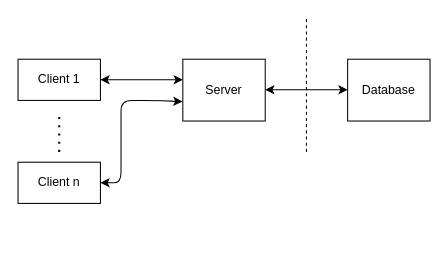
Before: Worlds-Whitepaper/distributed-db/img/tranditional.drawio in o7-machinehum/Worlds, a draw.io diagram. Source tidied: cells renumbered, new cells numbered last; positions are measured from the earlier drawing's top-left corner, leaving out a move shared by most shapes. Both pictures are drawn from the tidied source at 103%, with x=0, y=0 at pixel (18, 18).
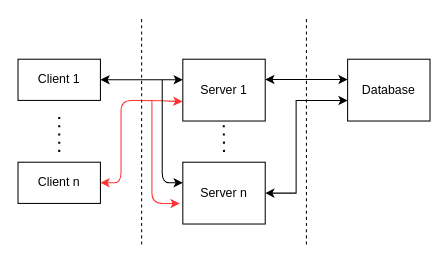
The same diagram, later.

The change refers to these unchanged cells:
```xml
<mxCell id="2" value="Client 1" style="rounded=0;whiteSpace=wrap;html=1;" parent="1" vertex="1">
  <mxGeometry y="40" width="80" height="40" as="geometry" />
</mxCell>
<mxCell id="7" value="Client n" style="rounded=0;whiteSpace=wrap;html=1;" parent="1" vertex="1">
  <mxGeometry y="140" width="80" height="40" as="geometry" />
</mxCell>
```

What changed in the source:
```diff
@@
-    <mxCell id="3" value="Server" style="rounded=0;whiteSpace=wrap;html=1;" parent="1" vertex="1">
+    <mxCell id="3" value="Server 1" style="rounded=0;whiteSpace=wrap;html=1;" parent="1" vertex="1">
       <mxGeometry x="160" y="40" width="80" height="60" as="geometry" />
     </mxCell>
+    <mxCell id="11" style="edgeStyle=orthogonalEdgeStyle;rounded=0;jettySize=auto;html=1;entryX=1;entryY=0.5;entryDx=0;entryDy=0;startArrow=classic;startFill=1;" parent="1" edge="1" target="13">
+      <mxGeometry relative="1" as="geometry">
+        <mxPoint x="320" y="80" as="sourcePoint" />
+        <Array as="points">
+          <mxPoint x="320" y="80" />
+          <mxPoint x="270" y="80" />
+          <mxPoint x="270" y="170" />
+        </Array>
+      </mxGeometry>
+    </mxCell>
@@
     <mxCell id="5" style="endArrow=classic;startArrow=classic;html=1;exitX=1;exitY=0.5;exitDx=0;exitDy=0;" parent="1" edge="1" source="2">
       <mxGeometry relative="1" as="geometry">
         <mxPoint x="160" y="60" as="targetPoint" />
+        <Array as="points">
+          <mxPoint x="120" y="60" />
+        </Array>
       </mxGeometry>
     </mxCell>
     <mxCell id="6" style="endArrow=classic;startArrow=classic;html=1;exitX=1;exitY=0.5;exitDx=0;exitDy=0;entryX=0;entryY=0.5;entryDx=0;entryDy=0;" parent="1" edge="1">
       <mxGeometry relative="1" as="geometry">
-        <mxPoint x="240" y="69.7" as="sourcePoint" />
-        <mxPoint x="320" y="69.7" as="targetPoint" />
+        <mxPoint x="240" y="59.7" as="sourcePoint" />
+        <mxPoint x="320" y="59.7" as="targetPoint" />
       </mxGeometry>
     </mxCell>
@@
-    <mxCell id="8" style="endArrow=classic;startArrow=classic;html=1;exitX=1;exitY=0.5;exitDx=0;exitDy=0;entryX=-0.004;entryY=0.686;entryDx=0;entryDy=0;entryPerimeter=0;" parent="1" edge="1" source="7" target="3">
+    <mxCell id="8" style="endArrow=classic;startArrow=classic;html=1;exitX=1;exitY=0.5;exitDx=0;exitDy=0;entryX=-0.004;entryY=0.686;entryDx=0;entryDy=0;entryPerimeter=0;strokeColor=#FF3333;" parent="1" edge="1" source="7" target="3">
       <mxGeometry relative="1" as="geometry">
         <Array as="points">
           <mxPoint x="100" y="160" />
           <mxPoint x="100" y="80" />
           <mxPoint x="130" y="80" />
         </Array>
       </mxGeometry>
     </mxCell>
@@
     <mxCell id="10" style="endArrow=none;dashed=1;html=1;" parent="1" edge="1">
       <mxGeometry relative="1" as="geometry">
-        <mxPoint x="280" y="130" as="sourcePoint" />
+        <mxPoint x="280" y="220" as="sourcePoint" />
         <mxPoint x="280" as="targetPoint" />
       </mxGeometry>
     </mxCell>
+    <mxCell id="12" style="endArrow=none;dashed=1;html=1;" parent="1" edge="1">
+      <mxGeometry relative="1" as="geometry">
+        <mxPoint x="120" y="220" as="sourcePoint" />
+        <mxPoint x="120" as="targetPoint" />
+      </mxGeometry>
+    </mxCell>
+    <mxCell id="13" value="Server n" style="rounded=0;whiteSpace=wrap;html=1;" parent="1" vertex="1">
+      <mxGeometry x="160" y="140" width="80" height="60" as="geometry" />
+    </mxCell>
+    <mxCell id="14" style="endArrow=classic;startArrow=none;html=1;strokeColor=#FF3333;endFill=1;startFill=0;" parent="1" edge="1">
+      <mxGeometry relative="1" as="geometry">
+        <mxPoint x="130" y="80" as="sourcePoint" />
+        <mxPoint x="157" y="180" as="targetPoint" />
+        <Array as="points">
+          <mxPoint x="130" y="180" />
+        </Array>
+      </mxGeometry>
+    </mxCell>
+    <mxCell id="15" style="endArrow=classic;html=1;entryX=0;entryY=0.333;entryDx=0;entryDy=0;entryPerimeter=0;" parent="1" edge="1" target="13">
+      <mxGeometry relative="1" as="geometry">
+        <mxPoint x="140" y="60" as="sourcePoint" />
+        <Array as="points">
+          <mxPoint x="140" y="160" />
+        </Array>
+      </mxGeometry>
+    </mxCell>
+    <mxCell id="16" style="endArrow=none;dashed=1;html=1;dashPattern=1 3;strokeWidth=2;" parent="1" edge="1">
+      <mxGeometry relative="1" as="geometry">
+        <mxPoint x="200" y="130" as="sourcePoint" />
+        <mxPoint x="199.7" y="100" as="targetPoint" />
+      </mxGeometry>
+    </mxCell>
```
